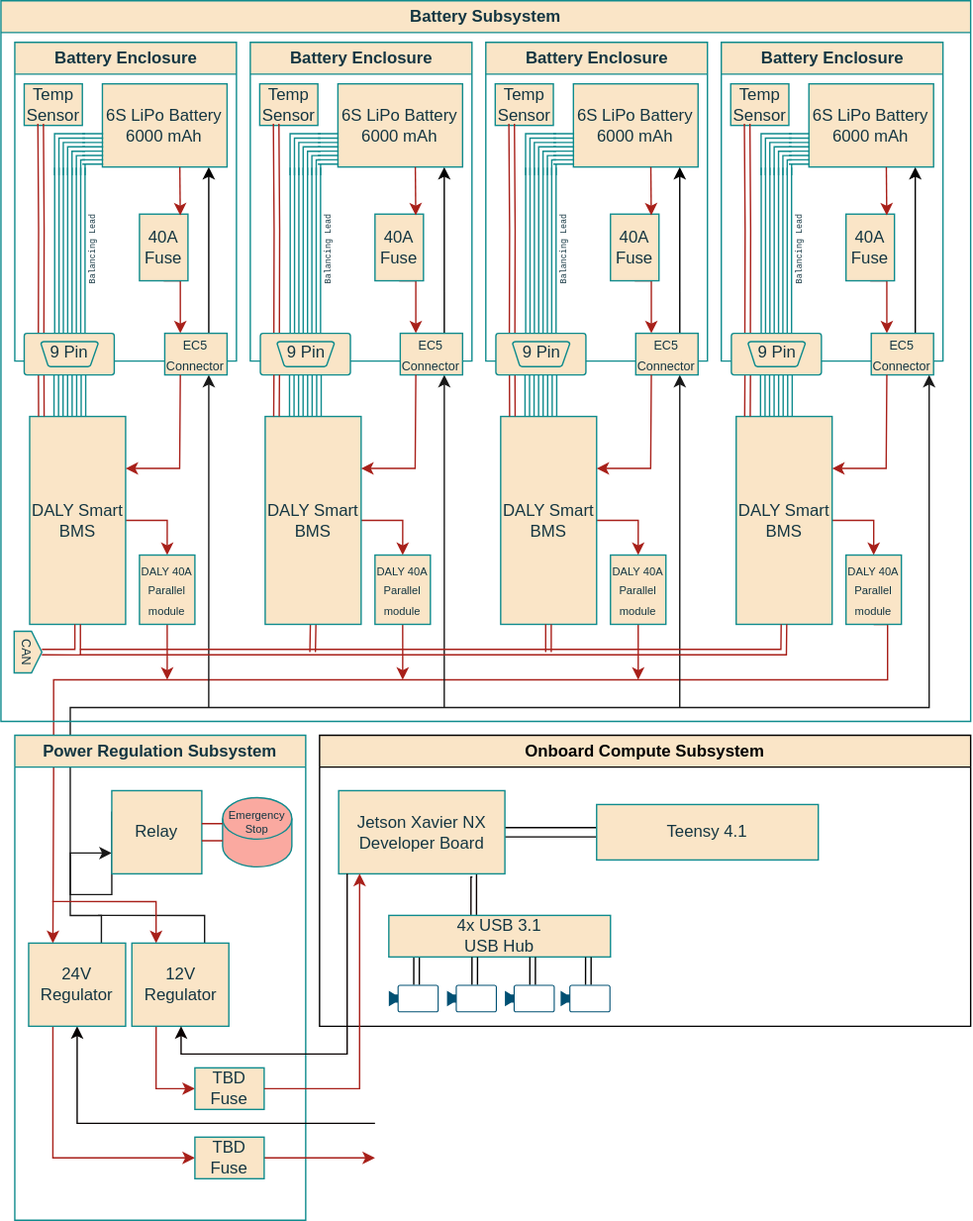
The draw.io diagram Diagrams/RoverFullBlockDiagram.svg in roboticsatiowa/Documents-and-Resources, before a commit. Source tidied: cells renumbered, new cells last; positions are measured from the earlier drawing's top-left corner, leaving out a move shared by most shapes.
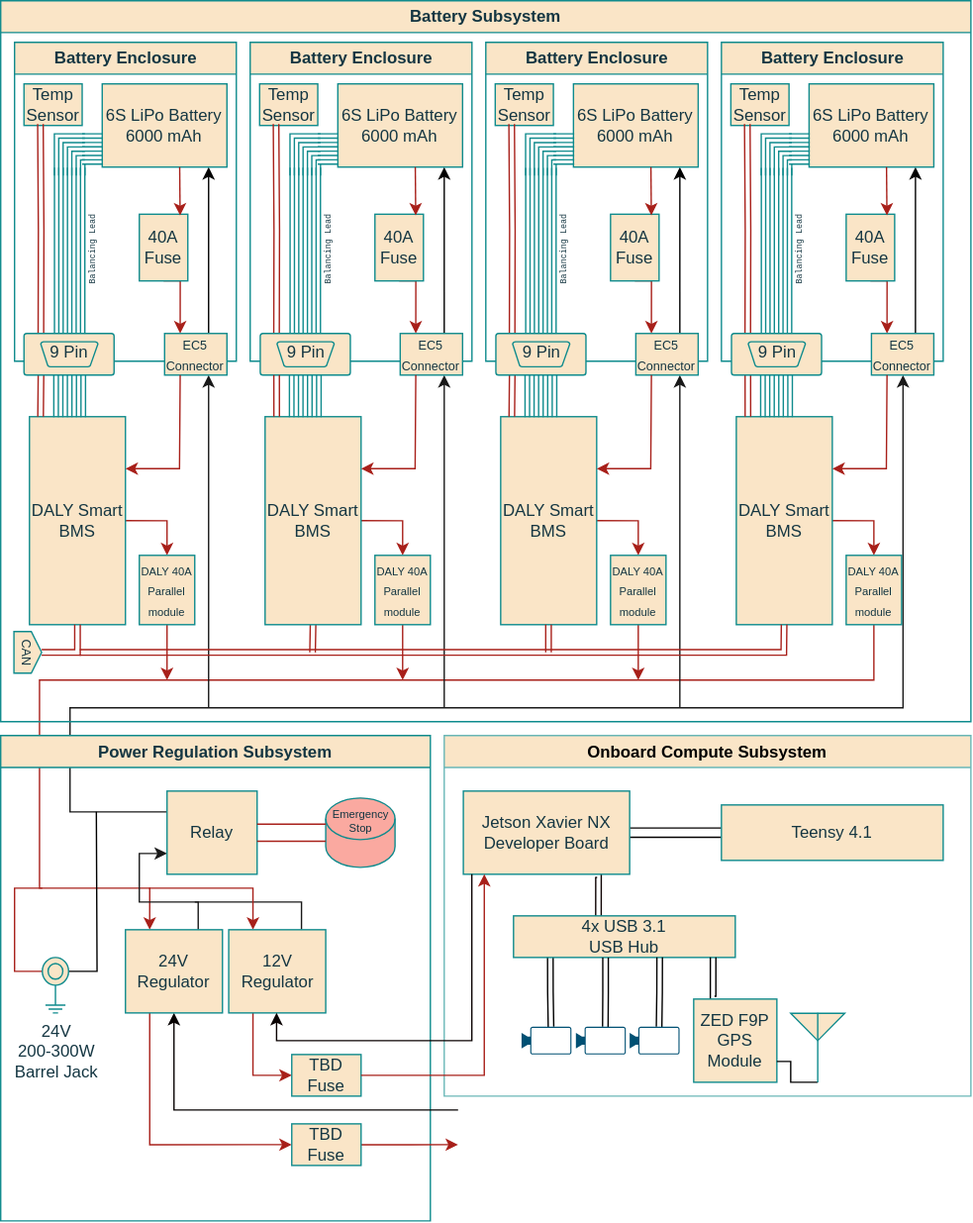
The same file after the commit.

Diff of the diagram source:
```diff
@@ -7,66 +7,67 @@
         <Array as="points">
           <mxPoint x="650" y="490" />
           <mxPoint x="48" y="490" />
-          <mxPoint x="48" y="560" />
-          <mxPoint x="48" y="560" />
+          <mxPoint x="48" y="640" />
+          <mxPoint x="128" y="640" />
         </Array>
       </mxGeometry>
     </mxCell>
     <mxCell id="3" style="edgeStyle=orthogonalEdgeStyle;rounded=0;jettySize=auto;html=1;labelBackgroundColor=none;strokeColor=#191919;fontColor=default;exitX=0;exitY=0.25;exitDx=0;exitDy=0;" parent="1" edge="1" source="6" target="102">
       <mxGeometry relative="1" as="geometry">
         <Array as="points">
-          <mxPoint x="60" y="645" />
-          <mxPoint x="60" y="510" />
-          <mxPoint x="680" y="510" />
+          <mxPoint x="70" y="585" />
+          <mxPoint x="70" y="510" />
+          <mxPoint x="671" y="510" />
         </Array>
       </mxGeometry>
     </mxCell>
     <mxCell id="4" value="Power Regulation Subsystem" style="swimlane;whiteSpace=wrap;html=1;labelBackgroundColor=none;fillColor=#FAE5C7;strokeColor=#0F8B8D;fontColor=#143642;" parent="1" vertex="1">
-      <mxGeometry x="20" y="530" width="210" height="350" as="geometry" />
+      <mxGeometry x="20" y="530" width="310" height="350" as="geometry" />
     </mxCell>
     <mxCell id="5" style="edgeStyle=orthogonalEdgeStyle;rounded=0;jettySize=auto;html=1;strokeColor=#191919;fontColor=#143642;fillColor=#FAE5C7;entryX=0;entryY=0.75;entryDx=0;entryDy=0;exitX=0.75;exitY=0;exitDx=0;exitDy=0;" parent="4" edge="1" source="9" target="6">
       <mxGeometry relative="1" as="geometry">
         <Array as="points">
-          <mxPoint x="62" y="130" />
-          <mxPoint x="40" y="130" />
-          <mxPoint x="40" y="85" />
+          <mxPoint x="143" y="120" />
+          <mxPoint x="100" y="120" />
+          <mxPoint x="100" y="85" />
         </Array>
       </mxGeometry>
     </mxCell>
     <mxCell id="6" value="Relay" style="whiteSpace=wrap;html=1;strokeColor=#0F8B8D;fontColor=#143642;fillColor=#FAE5C7;" parent="4" vertex="1">
-      <mxGeometry x="70" y="40" width="65" height="60" as="geometry" />
+      <mxGeometry x="120" y="40" width="65" height="60" as="geometry" />
     </mxCell>
     <mxCell id="7" style="edgeStyle=orthogonalEdgeStyle;rounded=0;jettySize=auto;html=1;strokeColor=#050101;fontColor=#143642;fillColor=#FAE5C7;entryX=0.5;entryY=1;entryDx=0;entryDy=0;" parent="4" edge="1" target="9">
       <mxGeometry relative="1" as="geometry">
-        <mxPoint x="260" y="280" as="sourcePoint" />
+        <mxPoint x="330" y="270" as="sourcePoint" />
         <Array as="points">
-          <mxPoint x="45" y="280" />
+          <mxPoint x="310" y="270" />
+          <mxPoint x="125" y="270" />
         </Array>
       </mxGeometry>
     </mxCell>
     <mxCell id="8" style="edgeStyle=orthogonalEdgeStyle;shape=connector;rounded=0;jettySize=auto;html=1;entryX=0;entryY=0.5;entryDx=0;entryDy=0;strokeColor=#A8201A;align=center;verticalAlign=middle;fontFamily=Helvetica;fontSize=11;fontColor=#143642;labelBackgroundColor=default;endArrow=classic;fillColor=#FAE5C7;exitX=0.25;exitY=1;exitDx=0;exitDy=0;" parent="4" edge="1" source="9" target="15">
       <mxGeometry relative="1" as="geometry">
         <Array as="points">
-          <mxPoint x="28" y="305" />
+          <mxPoint x="108" y="295" />
         </Array>
       </mxGeometry>
     </mxCell>
     <mxCell id="9" value="24V Regulator" style="rounded=0;whiteSpace=wrap;html=1;strokeColor=#0F8B8D;fontColor=#143642;fillColor=#FAE5C7;" parent="4" vertex="1">
-      <mxGeometry x="10" y="150" width="70" height="60" as="geometry" />
+      <mxGeometry x="90" y="140" width="70" height="60" as="geometry" />
     </mxCell>
     <mxCell id="10" style="edgeStyle=orthogonalEdgeStyle;rounded=0;jettySize=auto;html=1;strokeColor=#191919;fontColor=#143642;fillColor=#FAE5C7;endArrow=none;endFill=0;exitX=0.75;exitY=0;exitDx=0;exitDy=0;" parent="4" edge="1" source="13">
       <mxGeometry relative="1" as="geometry">
-        <mxPoint x="60" y="130" as="targetPoint" />
+        <mxPoint x="140" y="120" as="targetPoint" />
         <Array as="points">
-          <mxPoint x="137" y="130" />
+          <mxPoint x="217" y="120" />
         </Array>
       </mxGeometry>
     </mxCell>
     <mxCell id="11" style="edgeStyle=orthogonalEdgeStyle;rounded=0;jettySize=auto;html=1;strokeColor=#A8201A;fontColor=#143642;fillColor=#FAE5C7;entryX=0.25;entryY=0;entryDx=0;entryDy=0;" parent="4" edge="1" target="13">
       <mxGeometry relative="1" as="geometry">
-        <mxPoint x="27" y="120" as="sourcePoint" />
+        <mxPoint x="107" y="110" as="sourcePoint" />
         <Array as="points">
-          <mxPoint x="102" y="120" />
+          <mxPoint x="182" y="110" />
         </Array>
       </mxGeometry>
     </mxCell>
@@ -74,27 +75,44 @@
       <mxGeometry relative="1" as="geometry" />
     </mxCell>
     <mxCell id="13" value="12V Regulator" style="rounded=0;whiteSpace=wrap;html=1;strokeColor=#0F8B8D;fontColor=#143642;fillColor=#FAE5C7;" parent="4" vertex="1">
-      <mxGeometry x="84.5" y="150" width="70" height="60" as="geometry" />
+      <mxGeometry x="164.5" y="140" width="70" height="60" as="geometry" />
     </mxCell>
     <mxCell id="14" style="edgeStyle=orthogonalEdgeStyle;shape=connector;rounded=0;jettySize=auto;html=1;strokeColor=#A8201A;align=center;verticalAlign=middle;fontFamily=Helvetica;fontSize=11;fontColor=#143642;labelBackgroundColor=default;endArrow=classic;fillColor=#FAE5C7;" parent="4" edge="1" source="15">
       <mxGeometry relative="1" as="geometry">
-        <mxPoint x="260" y="305" as="targetPoint" />
+        <mxPoint x="330" y="295" as="targetPoint" />
       </mxGeometry>
     </mxCell>
     <mxCell id="15" value="TBD&lt;div&gt;Fuse&lt;/div&gt;" style="whiteSpace=wrap;html=1;strokeColor=#0F8B8D;fontColor=#143642;fillColor=#FAE5C7;" parent="4" vertex="1">
-      <mxGeometry x="130" y="290" width="50" height="30" as="geometry" />
+      <mxGeometry x="210" y="280" width="50" height="30" as="geometry" />
     </mxCell>
     <mxCell id="16" value="TBD&lt;div&gt;Fuse&lt;/div&gt;" style="whiteSpace=wrap;html=1;strokeColor=#0F8B8D;fontColor=#143642;fillColor=#FAE5C7;" parent="4" vertex="1">
-      <mxGeometry x="130" y="240" width="50" height="30" as="geometry" />
+      <mxGeometry x="210" y="230" width="50" height="30" as="geometry" />
     </mxCell>
     <mxCell id="17" value="&lt;font style=&quot;font-size: 8px;&quot;&gt;Emergency Stop&lt;/font&gt;" style="shape=cylinder3;whiteSpace=wrap;html=1;boundedLbl=1;backgroundOutline=1;size=15;strokeColor=#0F8B8D;fontColor=#143642;fillColor=#FAA9A0;spacingTop=-41;fontSize=8;" parent="4" vertex="1">
-      <mxGeometry x="150" y="45" width="50" height="50" as="geometry" />
+      <mxGeometry x="234.5" y="45" width="50" height="50" as="geometry" />
     </mxCell>
     <mxCell id="18" style="edgeStyle=orthogonalEdgeStyle;rounded=0;jettySize=auto;html=1;exitX=1;exitY=0.5;exitDx=0;exitDy=0;strokeColor=#A8201A;fontColor=#143642;fillColor=#FAE5C7;shape=link;width=12.325581395348838;entryX=0;entryY=0.5;entryDx=0;entryDy=0;entryPerimeter=0;" parent="4" edge="1" source="6" target="17">
       <mxGeometry relative="1" as="geometry" />
     </mxCell>
+    <mxCell id="123" style="edgeStyle=orthogonalEdgeStyle;rounded=0;jettySize=auto;html=1;fontFamily=Helvetica;fontSize=12;fontColor=#143642;exitX=1;exitY=0.25;exitDx=0;exitDy=0;exitPerimeter=0;endArrow=none;endFill=0;" parent="4" edge="1" source="125">
+      <mxGeometry relative="1" as="geometry">
+        <mxPoint x="69" y="55" as="targetPoint" />
+      </mxGeometry>
+    </mxCell>
+    <mxCell id="124" style="edgeStyle=orthogonalEdgeStyle;rounded=0;jettySize=auto;html=1;fontFamily=Helvetica;fontSize=12;fontColor=#143642;strokeColor=#a8201a;endArrow=none;endFill=0;exitX=0;exitY=0.25;exitDx=0;exitDy=0;exitPerimeter=0;" parent="4" edge="1" source="125">
+      <mxGeometry relative="1" as="geometry">
+        <mxPoint x="30" y="110" as="targetPoint" />
+        <Array as="points">
+          <mxPoint x="10" y="170" />
+          <mxPoint x="10" y="110" />
+        </Array>
+      </mxGeometry>
+    </mxCell>
+    <mxCell id="125" value="24V&lt;div&gt;200-300W&lt;/div&gt;&lt;div&gt;Barrel Jack&lt;/div&gt;" style="verticalLabelPosition=bottom;shadow=0;dashed=0;align=center;html=1;verticalAlign=top;shape=mxgraph.electrical.miscellaneous.shielded_jack_plug;rounded=0;strokeColor=#0F8B8D;fontFamily=Helvetica;fontSize=12;fontColor=#143642;fillColor=#FAE5C7;" parent="4" vertex="1">
+      <mxGeometry x="30" y="160" width="19" height="40" as="geometry" />
+    </mxCell>
-    <mxCell id="19" value="Onboard Compute Subsystem" style="swimlane;whiteSpace=wrap;html=1;fillColor=#fae5c7;strokeWidth=1;" parent="1" vertex="1">
-      <mxGeometry x="240" y="530" width="470" height="210" as="geometry" />
+    <mxCell id="19" value="Onboard Compute Subsystem" style="swimlane;whiteSpace=wrap;html=1;fillColor=#fae5c7;strokeWidth=1;strokeColor=#69b7b7;" parent="1" vertex="1">
+      <mxGeometry x="340" y="530" width="380" height="260" as="geometry" />
     </mxCell>
     <mxCell id="20" style="edgeStyle=orthogonalEdgeStyle;shape=link;rounded=0;jettySize=auto;html=1;entryX=0;entryY=0.5;entryDx=0;entryDy=0;strokeColor=#030000;align=center;verticalAlign=middle;fontFamily=Helvetica;fontSize=12;fontColor=#143642;labelBackgroundColor=default;endArrow=classic;fillColor=#FAE5C7;width=6.666666666666664;" parent="19" edge="1" source="22" target="23">
       <mxGeometry relative="1" as="geometry" />
@@ -108,47 +126,51 @@
     <mxCell id="23" value="Teensy 4.1" style="rounded=0;whiteSpace=wrap;html=1;strokeColor=#0F8B8D;align=center;verticalAlign=middle;fontFamily=Helvetica;fontSize=12;fontColor=#143642;fillColor=#FAE5C7;" parent="19" vertex="1">
       <mxGeometry x="200" y="50" width="160" height="40" as="geometry" />
     </mxCell>
-    <mxCell id="24" style="edgeStyle=orthogonalEdgeStyle;shape=link;rounded=0;orthogonalLoop=1;jettySize=auto;html=1;strokeColor=#000000;align=center;verticalAlign=middle;fontFamily=Helvetica;fontSize=12;fontColor=#143642;labelBackgroundColor=default;endArrow=classic;fillColor=#FAE5C7;" parent="19" edge="1">
-      <mxGeometry relative="1" as="geometry">
-        <mxPoint x="70" y="160" as="sourcePoint" />
-        <mxPoint x="70" y="180" as="targetPoint" />
-      </mxGeometry>
+    <mxCell id="24" style="edgeStyle=orthogonalEdgeStyle;shape=link;rounded=0;jettySize=auto;html=1;strokeColor=#000000;align=center;verticalAlign=middle;fontFamily=Helvetica;fontSize=12;fontColor=#143642;labelBackgroundColor=default;endArrow=classic;fillColor=#FAE5C7;entryX=0.59;entryY=0;entryDx=0;entryDy=0;entryPerimeter=0;exitX=0.166;exitY=0.964;exitDx=0;exitDy=0;exitPerimeter=0;" parent="19" edge="1" source="25" target="26">
+      <mxGeometry relative="1" as="geometry" />
     </mxCell>
     <mxCell id="25" value="4x USB 3.1&lt;div&gt;USB Hub&lt;/div&gt;" style="whiteSpace=wrap;html=1;fillColor=#FAE5C7;strokeColor=#0F8B8D;fontColor=#143642;rounded=0;" parent="19" vertex="1">
       <mxGeometry x="50" y="130" width="160" height="30" as="geometry" />
     </mxCell>
     <mxCell id="26" style="points=[[0,0.5,0],[0.19,0.02,0],[0.59,0,0],[0.985,0.02,0],[1,0.5,0],[0.985,0.98,0],[0.59,1,0],[0.19,0.98,0]];verticalLabelPosition=bottom;sketch=0;html=1;verticalAlign=top;align=center;shape=mxgraph.cisco19.camera;fillColor=#005073;strokeColor=none;rounded=0;fontFamily=Helvetica;fontSize=12;fontColor=#143642;strokeWidth=1;perimeterSpacing=0;" parent="19" vertex="1">
-      <mxGeometry x="50" y="180" width="36" height="20" as="geometry" />
+      <mxGeometry x="55.8" y="210" width="36" height="20" as="geometry" />
     </mxCell>
-    <mxCell id="27" style="edgeStyle=orthogonalEdgeStyle;shape=link;rounded=0;orthogonalLoop=1;jettySize=auto;html=1;strokeColor=#000000;align=center;verticalAlign=middle;fontFamily=Helvetica;fontSize=12;fontColor=#143642;labelBackgroundColor=default;endArrow=classic;fillColor=#FAE5C7;" parent="19" edge="1">
-      <mxGeometry relative="1" as="geometry">
-        <mxPoint x="112" y="160" as="sourcePoint" />
-        <mxPoint x="112" y="180" as="targetPoint" />
-      </mxGeometry>
+    <mxCell id="27" style="edgeStyle=orthogonalEdgeStyle;shape=link;rounded=0;jettySize=auto;html=1;strokeColor=#000000;align=center;verticalAlign=middle;fontFamily=Helvetica;fontSize=12;fontColor=#143642;labelBackgroundColor=default;endArrow=classic;fillColor=#FAE5C7;entryX=0.59;entryY=0;entryDx=0;entryDy=0;entryPerimeter=0;exitX=0.415;exitY=1.005;exitDx=0;exitDy=0;exitPerimeter=0;" parent="19" edge="1" source="25" target="28">
+      <mxGeometry relative="1" as="geometry" />
     </mxCell>
     <mxCell id="28" style="points=[[0,0.5,0],[0.19,0.02,0],[0.59,0,0],[0.985,0.02,0],[1,0.5,0],[0.985,0.98,0],[0.59,1,0],[0.19,0.98,0]];verticalLabelPosition=bottom;sketch=0;html=1;verticalAlign=top;align=center;shape=mxgraph.cisco19.camera;fillColor=#005073;strokeColor=none;rounded=0;fontFamily=Helvetica;fontSize=12;fontColor=#143642;strokeWidth=1;perimeterSpacing=0;" parent="19" vertex="1">
-      <mxGeometry x="92" y="180" width="36" height="20" as="geometry" />
+      <mxGeometry x="95" y="210" width="36" height="20" as="geometry" />
     </mxCell>
-    <mxCell id="29" style="edgeStyle=orthogonalEdgeStyle;shape=link;rounded=0;orthogonalLoop=1;jettySize=auto;html=1;strokeColor=#000000;align=center;verticalAlign=middle;fontFamily=Helvetica;fontSize=12;fontColor=#143642;labelBackgroundColor=default;endArrow=classic;fillColor=#FAE5C7;" parent="19" edge="1">
-      <mxGeometry relative="1" as="geometry">
-        <mxPoint x="153.8" y="160" as="sourcePoint" />
-        <mxPoint x="153.8" y="180" as="targetPoint" />
-      </mxGeometry>
+    <mxCell id="29" style="edgeStyle=orthogonalEdgeStyle;shape=link;rounded=0;jettySize=auto;html=1;strokeColor=#000000;align=center;verticalAlign=middle;fontFamily=Helvetica;fontSize=12;fontColor=#143642;labelBackgroundColor=default;endArrow=classic;fillColor=#FAE5C7;entryX=0.59;entryY=0;entryDx=0;entryDy=0;entryPerimeter=0;exitX=0.659;exitY=1;exitDx=0;exitDy=0;exitPerimeter=0;" parent="19" edge="1" source="25" target="30">
+      <mxGeometry relative="1" as="geometry" />
     </mxCell>
     <mxCell id="30" style="points=[[0,0.5,0],[0.19,0.02,0],[0.59,0,0],[0.985,0.02,0],[1,0.5,0],[0.985,0.98,0],[0.59,1,0],[0.19,0.98,0]];verticalLabelPosition=bottom;sketch=0;html=1;verticalAlign=top;align=center;shape=mxgraph.cisco19.camera;fillColor=#005073;strokeColor=none;rounded=0;fontFamily=Helvetica;fontSize=12;fontColor=#143642;strokeWidth=1;perimeterSpacing=0;" parent="19" vertex="1">
-      <mxGeometry x="133.8" y="180" width="36" height="20" as="geometry" />
+      <mxGeometry x="133.8" y="210" width="36" height="20" as="geometry" />
     </mxCell>
-    <mxCell id="31" style="edgeStyle=orthogonalEdgeStyle;shape=link;rounded=0;orthogonalLoop=1;jettySize=auto;html=1;strokeColor=#000000;align=center;verticalAlign=middle;fontFamily=Helvetica;fontSize=12;fontColor=#143642;labelBackgroundColor=default;endArrow=classic;fillColor=#FAE5C7;" parent="19" edge="1">
+    <mxCell id="31" style="edgeStyle=orthogonalEdgeStyle;shape=link;rounded=0;jettySize=auto;html=1;strokeColor=#000000;align=center;verticalAlign=middle;fontFamily=Helvetica;fontSize=12;fontColor=#143642;labelBackgroundColor=default;endArrow=classic;fillColor=#FAE5C7;entryX=0.25;entryY=0;entryDx=0;entryDy=0;" parent="19" edge="1" target="126">
       <mxGeometry relative="1" as="geometry">
         <mxPoint x="194" y="160" as="sourcePoint" />
-        <mxPoint x="194" y="180" as="targetPoint" />
+        <Array as="points">
+          <mxPoint x="194" y="190" />
+        </Array>
       </mxGeometry>
     </mxCell>
-    <mxCell id="32" style="verticalLabelPosition=bottom;sketch=0;html=1;verticalAlign=top;align=center;shape=mxgraph.cisco19.camera;fillColor=#005073;strokeColor=none;rounded=0;fontFamily=Helvetica;fontSize=12;fontColor=#143642;strokeWidth=1;perimeterSpacing=0;" parent="19" vertex="1">
-      <mxGeometry x="174" y="180" width="36" height="20" as="geometry" />
-    </mxCell>
+    <mxCell id="126" value="ZED F9P&lt;div&gt;GPS Module&lt;/div&gt;" style="whiteSpace=wrap;html=1;rounded=0;strokeColor=#0F8B8D;align=center;verticalAlign=middle;fontFamily=Helvetica;fontSize=12;fontColor=#143642;fillColor=#FAE5C7;" parent="19" vertex="1">
+      <mxGeometry x="180" y="190" width="60" height="60" as="geometry" />
+    </mxCell>
+    <mxCell id="127" style="edgeStyle=orthogonalEdgeStyle;rounded=0;jettySize=auto;html=1;fontFamily=Helvetica;fontSize=12;fontColor=#143642;exitX=0.5;exitY=1;exitDx=0;exitDy=0;exitPerimeter=0;endArrow=none;endFill=0;entryX=1;entryY=0.75;entryDx=0;entryDy=0;" parent="19" edge="1" source="128" target="126">
+      <mxGeometry relative="1" as="geometry">
+        <Array as="points">
+          <mxPoint x="250" y="250" />
+          <mxPoint x="250" y="235" />
+        </Array>
+      </mxGeometry>
+    </mxCell>
+    <mxCell id="128" style="verticalLabelPosition=bottom;shadow=0;dashed=0;align=center;html=1;verticalAlign=top;shape=mxgraph.electrical.radio.aerial_-_antenna_2;rounded=0;strokeColor=#0F8B8D;fontFamily=Helvetica;fontSize=12;fontColor=#143642;fillColor=#FAE5C7;" parent="19" vertex="1">
+      <mxGeometry x="250" y="200" width="39" height="50" as="geometry" />
+    </mxCell>
     <mxCell id="33" value="Battery Subsystem" style="swimlane;whiteSpace=wrap;html=1;strokeColor=#0F8B8D;fontColor=#143642;fillColor=#FAE5C7;labelBackgroundColor=none;" parent="1" vertex="1">
-      <mxGeometry x="10" width="700" height="520" as="geometry" />
+      <mxGeometry x="20" width="700" height="520" as="geometry" />
     </mxCell>
     <mxCell id="34" value="Battery Enclosure" style="swimlane;whiteSpace=wrap;html=1;spacingLeft=1;labelBackgroundColor=none;fillColor=#FAE5C7;strokeColor=#0F8B8D;fontColor=#143642;rounded=0;" parent="33" vertex="1">
       <mxGeometry x="10" y="30" width="160" height="230" as="geometry" />
@@ -509,15 +531,15 @@
     <mxCell id="121" style="edgeStyle=orthogonalEdgeStyle;rounded=0;jettySize=auto;html=1;strokeColor=#0A0202;fontColor=#143642;fillColor=#FAE5C7;exitX=0.051;exitY=0.998;exitDx=0;exitDy=0;exitPerimeter=0;" parent="1" edge="1" source="22" target="13">
       <mxGeometry relative="1" as="geometry">
         <Array as="points">
-          <mxPoint x="260" y="760" />
-          <mxPoint x="140" y="760" />
+          <mxPoint x="360" y="750" />
+          <mxPoint x="219" y="750" />
         </Array>
       </mxGeometry>
     </mxCell>
     <mxCell id="122" style="edgeStyle=orthogonalEdgeStyle;shape=connector;rounded=0;jettySize=auto;html=1;strokeColor=#A8201A;align=center;verticalAlign=middle;fontFamily=Helvetica;fontSize=11;fontColor=#143642;labelBackgroundColor=default;endArrow=classic;fillColor=#FAE5C7;entryX=0.126;entryY=0.998;entryDx=0;entryDy=0;entryPerimeter=0;" parent="1" edge="1" source="16" target="22">
       <mxGeometry relative="1" as="geometry">
         <Array as="points">
-          <mxPoint x="269" y="785" />
+          <mxPoint x="369" y="775" />
         </Array>
       </mxGeometry>
     </mxCell>
```
